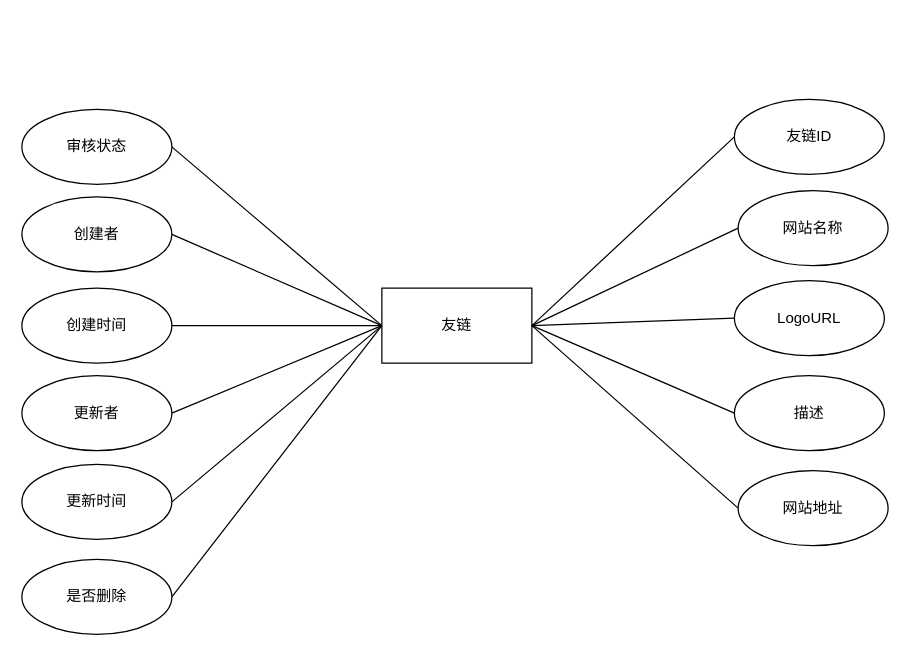
Earlier version of the draw.io diagram graph/友链ER.drawio (zhangbird050801/bird-blog). Source tidied: cells renumbered, new cells numbered last; positions are measured from the earlier drawing's top-left corner, leaving out a move shared by most shapes. Both pictures are drawn from the tidied source at 125%, with x=0, y=0 at pixel (21, 99).
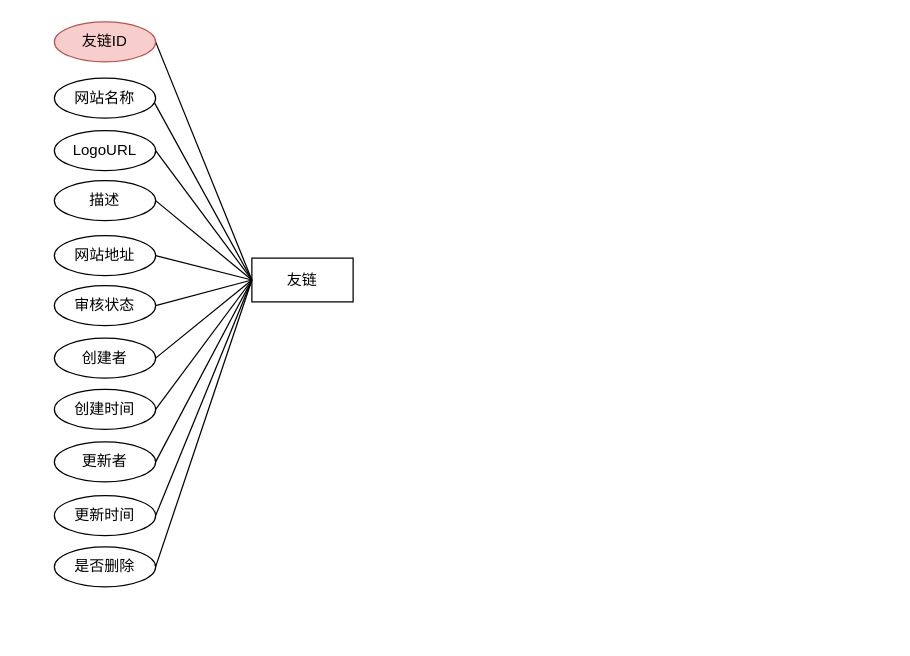
The same page after the edit.

What changed in the source:
```diff
@@
     <mxCell id="2" value="友链" style="rounded=0;whiteSpace=wrap;html=1;" parent="1" vertex="1">
-      <mxGeometry x="288" y="151" width="120" height="60" as="geometry" />
+      <mxGeometry x="184" y="127" width="81" height="35" as="geometry" />
     </mxCell>
-    <mxCell id="3" style="rounded=0;jettySize=auto;html=1;exitX=0;exitY=0.5;exitDx=0;exitDy=0;entryX=1;entryY=0.5;entryDx=0;entryDy=0;endArrow=none;endFill=0;" parent="1" edge="1" source="4" target="2">
+    <mxCell id="3" style="rounded=0;jettySize=auto;html=1;exitX=1;exitY=0.5;exitDx=0;exitDy=0;entryX=0;entryY=0.5;entryDx=0;entryDy=0;endArrow=none;endFill=0;" parent="1" edge="1" source="4" target="2">
       <mxGeometry relative="1" as="geometry" />
     </mxCell>
-    <mxCell id="4" value="友链ID" style="whiteSpace=wrap;html=1;shape=ellipse;perimeter=ellipsePerimeter;" parent="1" vertex="1">
-      <mxGeometry x="570" width="120" height="60" as="geometry" />
+    <mxCell id="4" value="友链ID" style="whiteSpace=wrap;html=1;shape=ellipse;perimeter=ellipsePerimeter;fillColor=#f8cecc;strokeColor=#b85450;" parent="1" vertex="1">
+      <mxGeometry x="26" y="-62" width="81" height="32" as="geometry" />
     </mxCell>
@@
-    <mxCell id="6" style="rounded=0;jettySize=auto;html=1;exitX=0;exitY=0.5;exitDx=0;exitDy=0;entryX=1;entryY=0.5;entryDx=0;entryDy=0;endArrow=none;endFill=0;" parent="1" edge="1" source="7" target="2">
+    <mxCell id="6" style="rounded=0;jettySize=auto;html=1;exitX=0.962;exitY=0.495;exitDx=0;exitDy=0;endArrow=none;endFill=0;exitPerimeter=0;entryX=0;entryY=0.5;entryDx=0;entryDy=0;" parent="1" edge="1" source="7" target="2">
       <mxGeometry relative="1" as="geometry" />
     </mxCell>
     <mxCell id="7" value="网站名称" style="whiteSpace=wrap;html=1;rounded=0;shape=ellipse;perimeter=ellipsePerimeter;" parent="1" vertex="1">
-      <mxGeometry x="573" y="73" width="120" height="60" as="geometry" />
+      <mxGeometry x="26" y="-17" width="81" height="32" as="geometry" />
     </mxCell>
@@
     <mxCell id="10" value="创建时间" style="whiteSpace=wrap;html=1;shape=ellipse;perimeter=ellipsePerimeter;" parent="1" vertex="1">
-      <mxGeometry y="151" width="120" height="60" as="geometry" />
+      <mxGeometry x="26" y="232" width="81" height="32" as="geometry" />
     </mxCell>
     <mxCell id="11" value="创建者" style="whiteSpace=wrap;html=1;shape=ellipse;perimeter=ellipsePerimeter;" parent="1" vertex="1">
-      <mxGeometry y="78" width="120" height="60" as="geometry" />
+      <mxGeometry x="26" y="191" width="81" height="32" as="geometry" />
     </mxCell>
@@
     <mxCell id="13" value="更新时间" style="whiteSpace=wrap;html=1;shape=ellipse;perimeter=ellipsePerimeter;" parent="1" vertex="1">
-      <mxGeometry y="292" width="120" height="60" as="geometry" />
+      <mxGeometry x="26" y="317" width="81" height="32" as="geometry" />
     </mxCell>
@@
     <mxCell id="15" value="更新者" style="whiteSpace=wrap;html=1;shape=ellipse;perimeter=ellipsePerimeter;" parent="1" vertex="1">
-      <mxGeometry y="221" width="120" height="60" as="geometry" />
+      <mxGeometry x="26" y="274" width="81" height="32" as="geometry" />
     </mxCell>
-    <mxCell id="16" style="rounded=0;jettySize=auto;html=1;exitX=0;exitY=0.5;exitDx=0;exitDy=0;entryX=1;entryY=0.5;entryDx=0;entryDy=0;endArrow=none;endFill=0;" parent="1" edge="1" source="17" target="2">
+    <mxCell id="16" style="rounded=0;jettySize=auto;html=1;exitX=1;exitY=0.5;exitDx=0;exitDy=0;entryX=0;entryY=0.5;entryDx=0;entryDy=0;endArrow=none;endFill=0;" parent="1" edge="1" source="17" target="2">
       <mxGeometry relative="1" as="geometry" />
     </mxCell>
     <mxCell id="17" value="LogoURL" style="whiteSpace=wrap;html=1;shape=ellipse;perimeter=ellipsePerimeter;" parent="1" vertex="1">
-      <mxGeometry x="570" y="145" width="120" height="60" as="geometry" />
+      <mxGeometry x="26" y="25" width="81" height="32" as="geometry" />
     </mxCell>
@@
     <mxCell id="19" value="是否删除" style="whiteSpace=wrap;html=1;shape=ellipse;perimeter=ellipsePerimeter;" parent="1" vertex="1">
-      <mxGeometry y="368" width="120" height="60" as="geometry" />
+      <mxGeometry x="26" y="358" width="81" height="32" as="geometry" />
     </mxCell>
     <mxCell id="20" value="审核状态" style="whiteSpace=wrap;html=1;rounded=0;shape=ellipse;perimeter=ellipsePerimeter;" parent="1" vertex="1">
-      <mxGeometry y="8" width="120" height="60" as="geometry" />
+      <mxGeometry x="26" y="149" width="81" height="32" as="geometry" />
     </mxCell>
-    <mxCell id="21" style="rounded=0;jettySize=auto;html=1;exitX=0;exitY=0.5;exitDx=0;exitDy=0;entryX=1;entryY=0.5;entryDx=0;entryDy=0;endArrow=none;endFill=0;" parent="1" edge="1" source="22" target="2">
+    <mxCell id="21" style="rounded=0;jettySize=auto;html=1;exitX=1;exitY=0.5;exitDx=0;exitDy=0;entryX=0;entryY=0.5;entryDx=0;entryDy=0;endArrow=none;endFill=0;" parent="1" edge="1" source="22" target="2">
       <mxGeometry relative="1" as="geometry" />
     </mxCell>
     <mxCell id="22" value="描述" style="whiteSpace=wrap;html=1;rounded=0;shape=ellipse;perimeter=ellipsePerimeter;" parent="1" vertex="1">
-      <mxGeometry x="570" y="221" width="120" height="60" as="geometry" />
+      <mxGeometry x="26" y="65" width="81" height="32" as="geometry" />
     </mxCell>
-    <mxCell id="23" style="rounded=0;jettySize=auto;html=1;exitX=0;exitY=0.5;exitDx=0;exitDy=0;entryX=1;entryY=0.5;entryDx=0;entryDy=0;endArrow=none;endFill=0;" parent="1" edge="1" source="24" target="2">
+    <mxCell id="23" style="rounded=0;jettySize=auto;html=1;exitX=1;exitY=0.5;exitDx=0;exitDy=0;entryX=0;entryY=0.5;entryDx=0;entryDy=0;endArrow=none;endFill=0;" parent="1" edge="1" source="24" target="2">
       <mxGeometry relative="1" as="geometry" />
     </mxCell>
     <mxCell id="24" value="网站地址" style="whiteSpace=wrap;html=1;rounded=0;shape=ellipse;perimeter=ellipsePerimeter;" parent="1" vertex="1">
-      <mxGeometry x="573" y="297" width="120" height="60" as="geometry" />
+      <mxGeometry x="26" y="109" width="81" height="32" as="geometry" />
     </mxCell>
```
